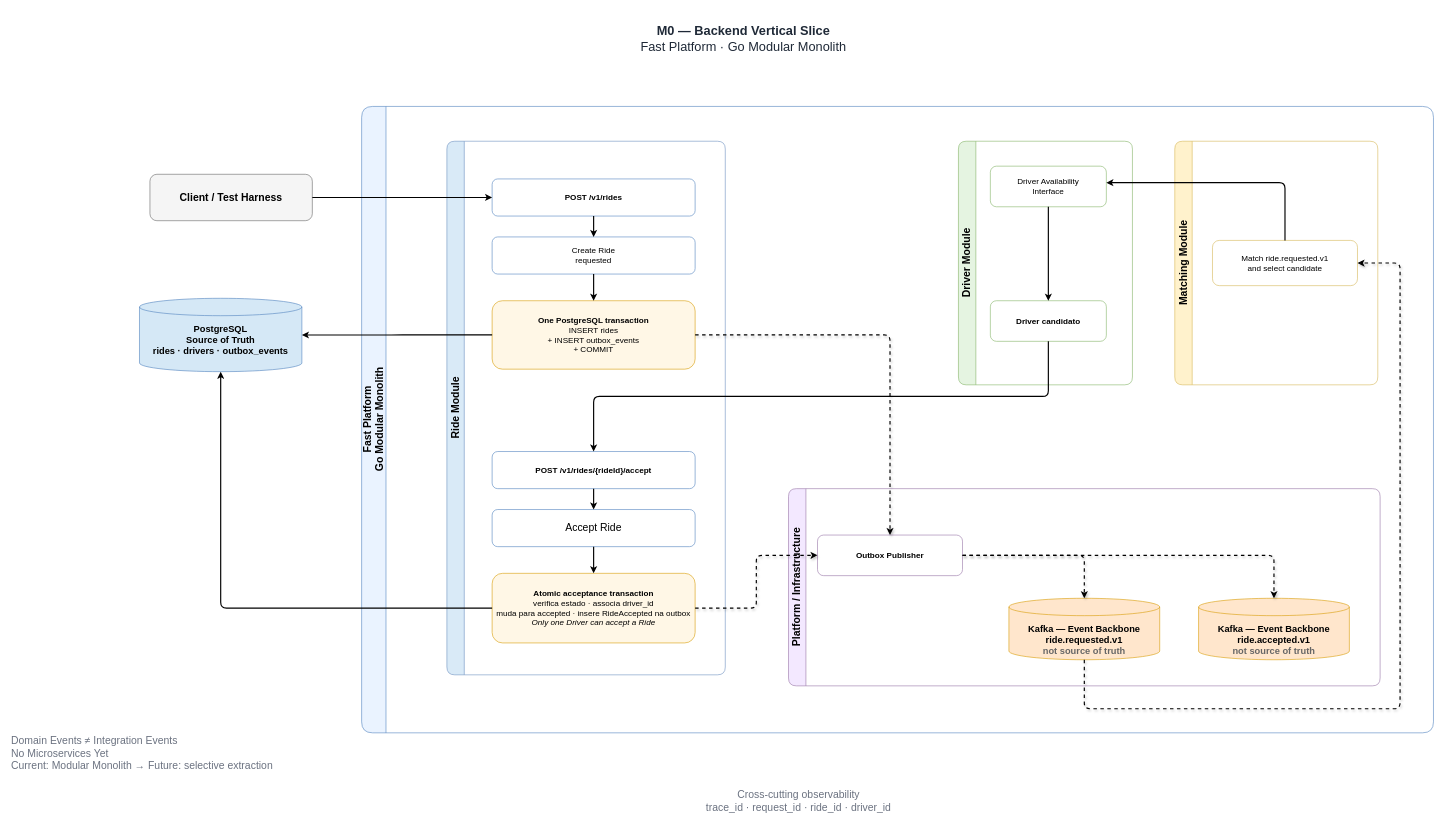
guilhermelinosp/fast-drawio keeps this draw.io diagram as page "M0 — First Vertical Slice" (2 of 4) of fast.drawio. Above is the earlier version. Source tidied: cells renumbered, new cells numbered last; positions are measured from the earlier drawing's top-left corner, leaving out a move shared by most shapes. Both pictures are drawn from the tidied source at 58%, with x=0, y=0 at pixel (10, 10).
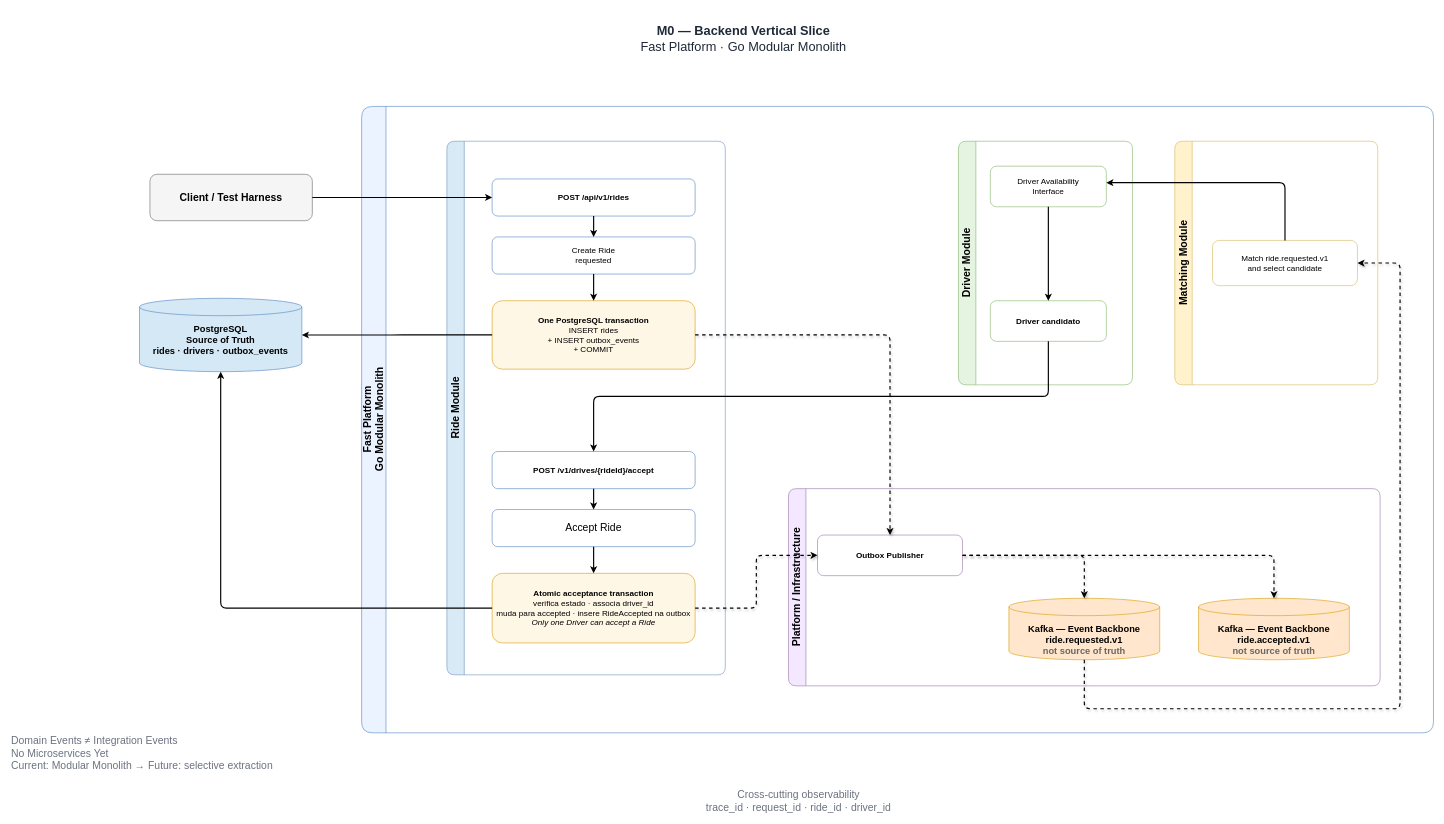
Above is the later version.

Unchanged cells that the change refers to:
```xml
<mxCell id="4" value="&lt;font style=&quot;font-size: 18px;&quot;&gt;Ride Module&lt;/font&gt;" style="swimlane;horizontal=0;startSize=30;rounded=1;fillColor=#d9eaf7;strokeColor=#6c8ebf;fontStyle=1;html=1;" parent="3" vertex="1">
  <mxGeometry x="147" y="60" width="480" height="920" as="geometry" />
</mxCell>
```

What changed in the source:
```diff
@@
-    <mxCell id="5" value="&lt;font style=&quot;font-size: 14px;&quot;&gt;POST /v1/rides&lt;/font&gt;" style="rounded=1;whiteSpace=wrap;html=1;fillColor=#ffffff;strokeColor=#4f81bd;fontStyle=1;" parent="4" vertex="1">
+    <mxCell id="5" value="&lt;font style=&quot;font-size: 14px;&quot;&gt;POST /api/v1/rides&lt;/font&gt;" style="rounded=1;whiteSpace=wrap;html=1;fillColor=#ffffff;strokeColor=#4f81bd;fontStyle=1;" parent="4" vertex="1">
       <mxGeometry x="78" y="65" width="350" height="64" as="geometry" />
     </mxCell>
@@
-    <mxCell id="8" value="&lt;font style=&quot;font-size: 14px;&quot;&gt;POST /v1/rides/{rideId}/accept&lt;/font&gt;" style="rounded=1;whiteSpace=wrap;html=1;fillColor=#ffffff;strokeColor=#4f81bd;fontStyle=1;" parent="4" vertex="1">
+    <mxCell id="8" value="&lt;font style=&quot;font-size: 14px;&quot;&gt;POST /v1/drives/{rideId}/accept&lt;/font&gt;" style="rounded=1;whiteSpace=wrap;html=1;fillColor=#ffffff;strokeColor=#4f81bd;fontStyle=1;" parent="4" vertex="1">
       <mxGeometry x="78" y="535" width="350" height="64" as="geometry" />
     </mxCell>
```
